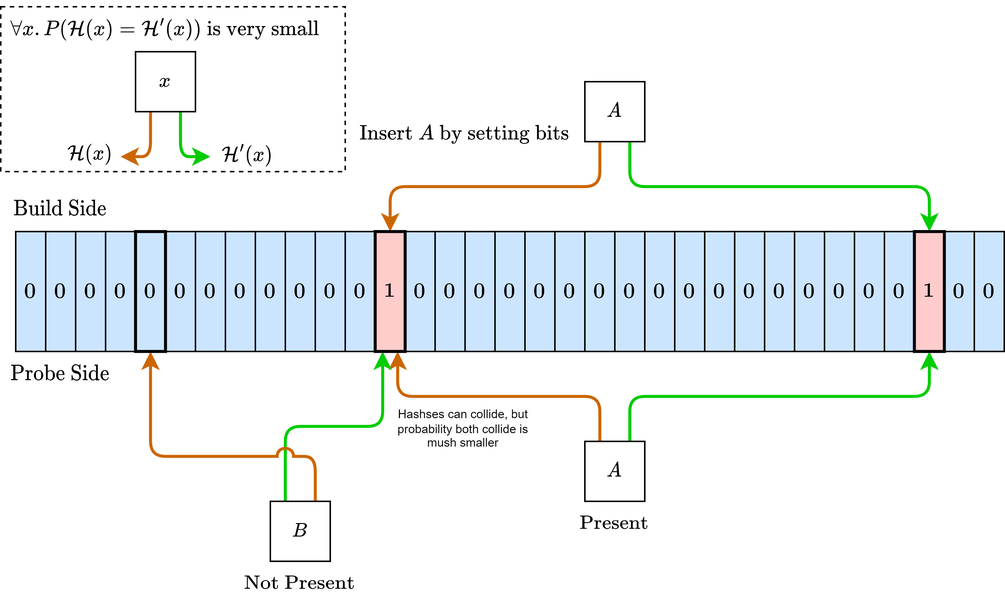
The draw.io diagram 60029 - Data Processing Systems/streams/images/bloom_filter.drawio.png in OliverKillane/Imperial-Computing-Notes, before a commit. Source tidied: cells renumbered, new cells last; positions are measured from the earlier drawing's top-left corner, leaving out a move shared by most shapes.
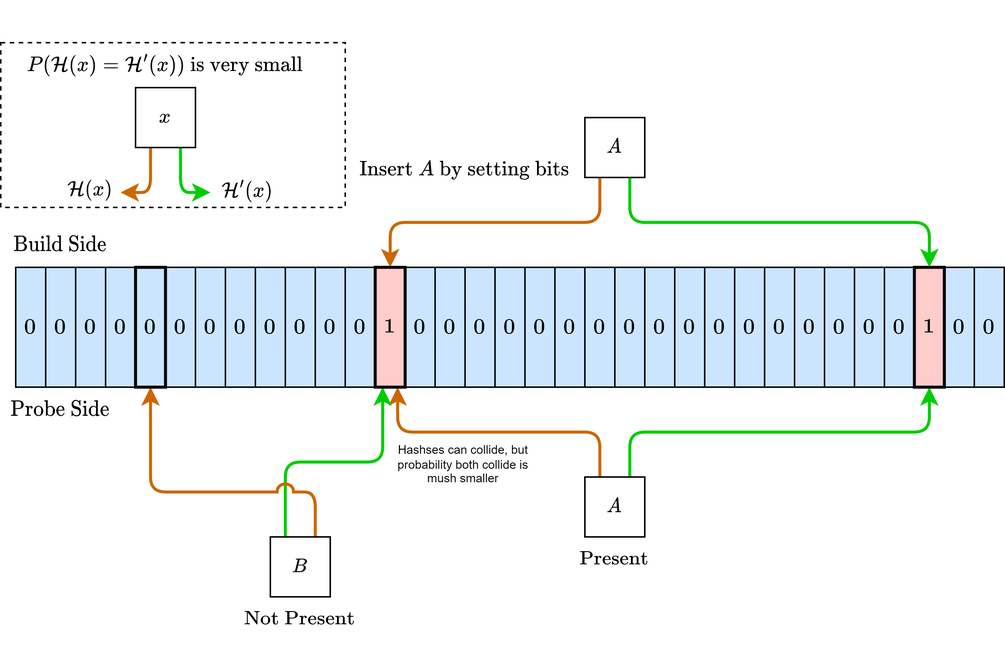
After the change.

Commit message:
60029: Corrected forall in bloom filter diagram

What changed in the source:
```diff
@@ -161,7 +161,7 @@
     <mxCell id="49" value="$$\text{Probe Side}$$" style="text;html=1;strokeColor=none;fillColor=none;align=center;verticalAlign=middle;whiteSpace=wrap;rounded=0;" parent="1" vertex="1">
       <mxGeometry x="10" y="230" width="60" height="30" as="geometry" />
     </mxCell>
-    <mxCell id="50" value="$$\forall x. P(\mathcal{H}(x) = \mathcal{H}'(x)) \text{ is very small}$$" style="text;html=1;strokeColor=none;fillColor=none;align=center;verticalAlign=middle;whiteSpace=wrap;rounded=0;" parent="1" vertex="1">
+    <mxCell id="50" value="$$ P(\mathcal{H}(x) = \mathcal{H}'(x)) \text{ is very small}$$" style="text;html=1;strokeColor=none;fillColor=none;align=center;verticalAlign=middle;whiteSpace=wrap;rounded=0;" parent="1" vertex="1">
       <mxGeometry x="80" width="60" height="30" as="geometry" />
     </mxCell>
     <mxCell id="51" value="$$\text{Not Present}$$" style="text;html=1;strokeColor=none;fillColor=none;align=center;verticalAlign=middle;whiteSpace=wrap;rounded=0;dashed=1;" parent="1" vertex="1">
```
